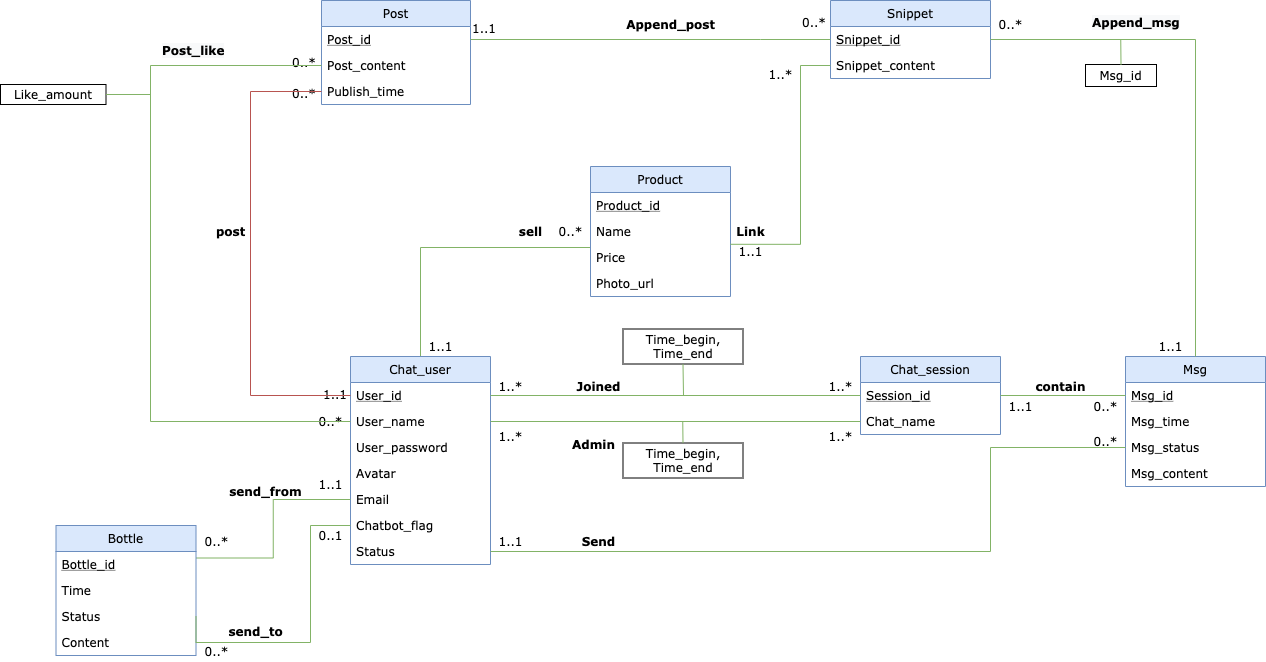
The draw.io diagram doc/UML.png in BiEchi/WechAt, before a commit. Source tidied: cells renumbered, new cells last; positions are measured from the earlier drawing's top-left corner, leaving out a move shared by most shapes.
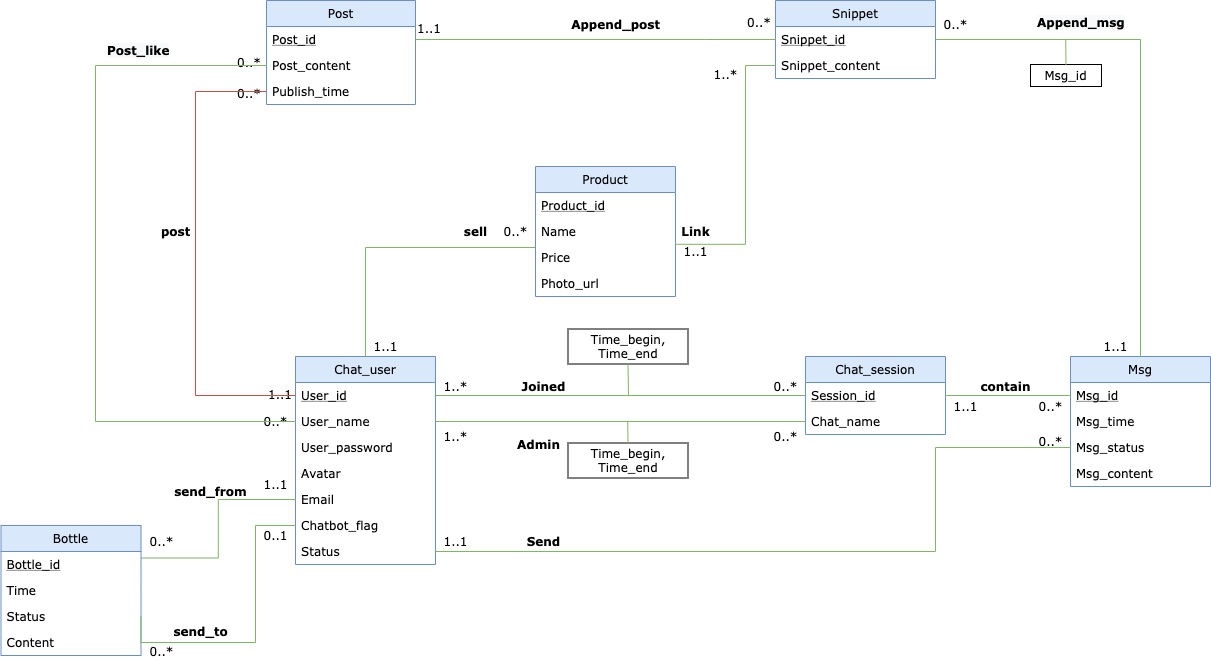
Later version of the same file.

Change to the diagram source:
```diff
@@ -61,7 +61,7 @@
     <mxCell id="19" value="1..*" style="text;html=1;align=center;verticalAlign=middle;fontFamily=Verdana;" parent="1" vertex="1">
       <mxGeometry x="490" y="376" width="40" height="20" as="geometry" />
     </mxCell>
-    <mxCell id="20" value="1..*" style="text;html=1;align=center;verticalAlign=middle;fontFamily=Verdana;" parent="1" vertex="1">
+    <mxCell id="20" value="0..*" style="text;html=1;align=center;verticalAlign=middle;fontFamily=Verdana;" parent="1" vertex="1">
       <mxGeometry x="820" y="376" width="40" height="20" as="geometry" />
     </mxCell>
     <mxCell id="21" style="edgeStyle=orthogonalEdgeStyle;rounded=0;jettySize=auto;html=1;exitX=1;exitY=0.5;exitDx=0;exitDy=0;entryX=0;entryY=0.5;entryDx=0;entryDy=0;endArrow=none;endFill=0;fontFamily=Verdana;fillColor=#d5e8d4;strokeColor=#82b366;" parent="1" edge="1" source="12" target="15">
@@ -188,7 +188,7 @@
     <mxCell id="58" value="Admin" style="text;html=1;align=center;verticalAlign=middle;fontFamily=Verdana;fontStyle=1;" parent="1" vertex="1">
       <mxGeometry x="562.5" y="434" width="60" height="20" as="geometry" />
     </mxCell>
-    <mxCell id="59" value="1..*" style="text;html=1;align=center;verticalAlign=middle;fontFamily=Verdana;" parent="1" vertex="1">
+    <mxCell id="59" value="0..*" style="text;html=1;align=center;verticalAlign=middle;fontFamily=Verdana;" parent="1" vertex="1">
       <mxGeometry x="820" y="426" width="40" height="20" as="geometry" />
     </mxCell>
     <mxCell id="60" value="Time_begin, Time_end" style="rounded=0;whiteSpace=wrap;html=1;fontFamily=Verdana;" parent="1" vertex="1">
@@ -200,9 +200,6 @@
     <mxCell id="62" value="0..*" style="text;html=1;align=left;verticalAlign=top;spacingTop=-4;fontFamily=Verdana;" parent="1" vertex="1">
       <mxGeometry x="290" y="84" width="40" height="20" as="geometry" />
     </mxCell>
-    <mxCell id="63" value="&lt;span&gt;Like_amount&lt;/span&gt;" style="rounded=0;whiteSpace=wrap;html=1;fontFamily=Verdana;" parent="1" vertex="1">
-      <mxGeometry y="84" width="105.5" height="20" as="geometry" />
-    </mxCell>
     <mxCell id="64" value="&lt;span style=&quot;color: rgb(0, 0, 0); font-size: 12px; font-style: normal; letter-spacing: normal; text-align: center; text-indent: 0px; text-transform: none; word-spacing: 0px; background-color: rgb(248, 249, 250); display: inline; float: none;&quot;&gt;Append_msg&lt;/span&gt;" style="text;whiteSpace=wrap;html=1;fontFamily=Verdana;fontStyle=1;" parent="1" vertex="1">
       <mxGeometry x="1090" y="9" width="100" height="30" as="geometry" />
     </mxCell>
@@ -258,14 +255,6 @@
         </Array>
       </mxGeometry>
     </mxCell>
-    <mxCell id="79" style="edgeStyle=orthogonalEdgeStyle;rounded=0;jettySize=auto;html=1;entryX=1;entryY=0.5;entryDx=0;entryDy=0;endArrow=none;endFill=0;fontFamily=Verdana;fillColor=#d5e8d4;strokeColor=#82b366;" parent="1" edge="1" target="63">
-      <mxGeometry relative="1" as="geometry">
-        <mxPoint x="150" y="94" as="sourcePoint" />
-        <Array as="points">
-          <mxPoint x="150" y="94" />
-        </Array>
-      </mxGeometry>
-    </mxCell>
     <mxCell id="80" style="edgeStyle=orthogonalEdgeStyle;rounded=0;jettySize=auto;html=1;exitX=1;exitY=0.5;exitDx=0;exitDy=0;entryX=0;entryY=0.5;entryDx=0;entryDy=0;fillColor=#d5e8d4;strokeColor=#82b366;endArrow=none;endFill=0;" parent="1" edge="1" source="10" target="17">
       <mxGeometry relative="1" as="geometry">
         <Array as="points">
```
